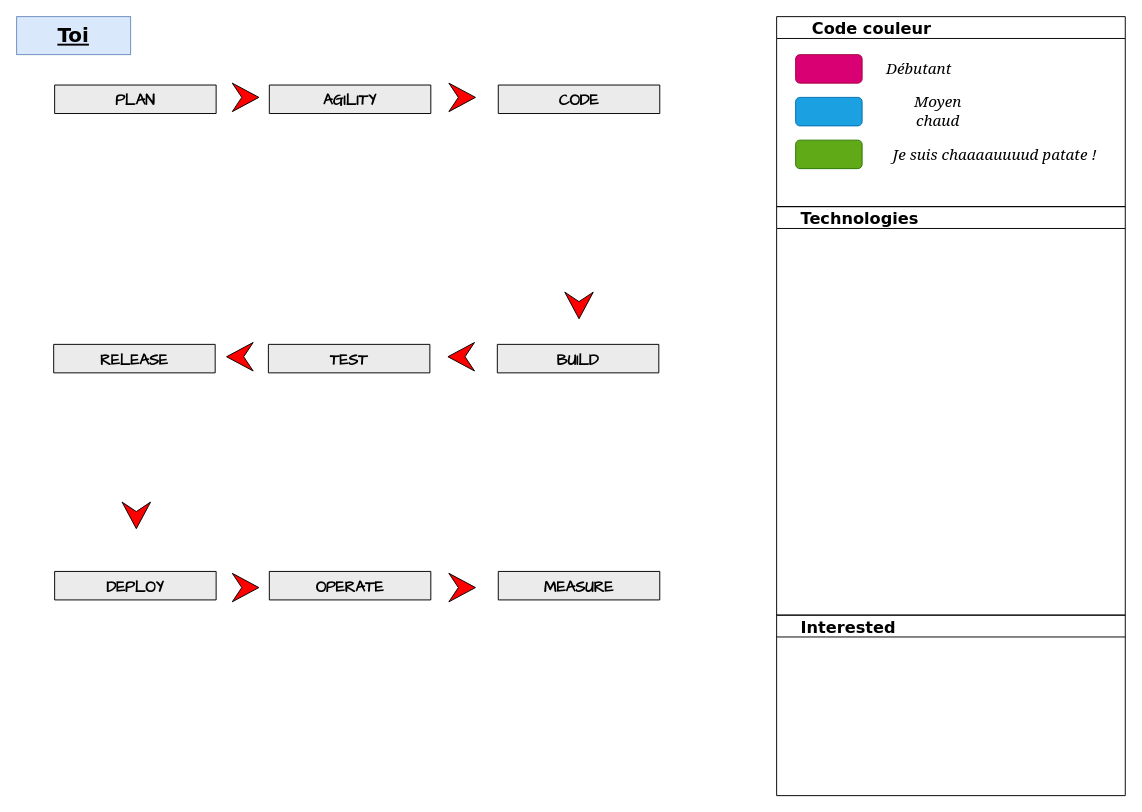
Above: skills.drawio in teolia/TeoSchool_skills (draw.io), before the change. Source tidied: cells renumbered, new cells numbered last; positions are measured from the earlier drawing's top-left corner, leaving out a move shared by most shapes. Both pictures are drawn from the tidied source at 95%, with x=0, y=0 at pixel (16, 16).
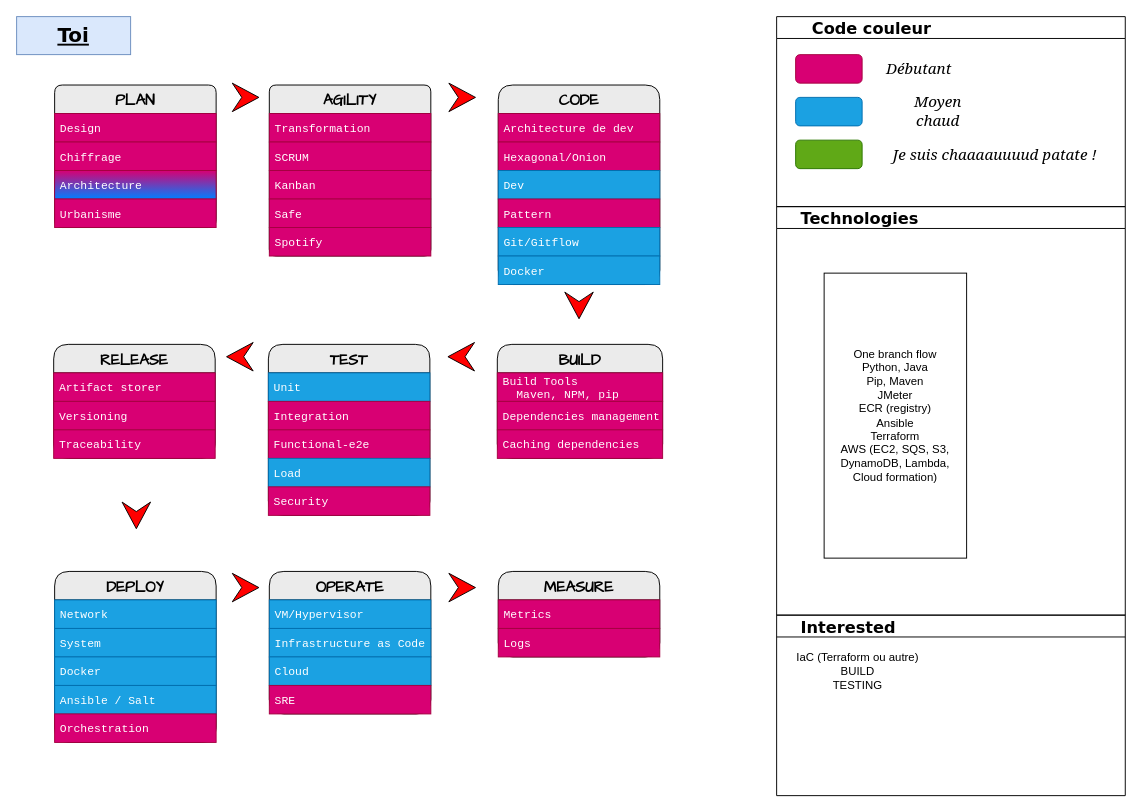
The same diagram, later.

The change refers to these unchanged cells:
```xml
<mxCell id="28" value="    Interested" style="swimlane;rounded=0;labelBackgroundColor=none;sketch=0;fontFamily=Verdana;fontSize=17;fontColor=#000000;fillColor=none;align=left;" parent="1" vertex="1">
  <mxGeometry x="800" y="630" width="367" height="190" as="geometry" />
</mxCell>
```

What changed in the source:
```diff
@@
-    <mxCell id="3" value="PLAN" style="swimlane;fontStyle=1;horizontal=1;startSize=30;fontFamily=Comic Sans MS;rounded=1;arcSize=9;labelBackgroundColor=none;fillColor=#EBEBEB;fontSize=16;" parent="1" vertex="1" collapsed="1">
-      <mxGeometry x="40" y="72" width="170" height="30" as="geometry" />
+    <mxCell id="3" value="PLAN" style="swimlane;fontStyle=1;horizontal=1;startSize=30;fontFamily=Comic Sans MS;rounded=1;arcSize=9;labelBackgroundColor=none;fillColor=#EBEBEB;fontSize=16;" parent="1" vertex="1">
+      <mxGeometry x="40" y="72" width="170" height="150" as="geometry" />
     </mxCell>
+    <mxCell id="29" value="Design" style="text;align=left;verticalAlign=middle;spacingLeft=4;spacingRight=4;overflow=hidden;fontFamily=Courier New;fillColor=#d80073;fontColor=#ffffff;strokeColor=#A50040;" parent="3" vertex="1">
+      <mxGeometry y="30" width="170" height="30" as="geometry" />
+    </mxCell>
+    <mxCell id="30" value="Chiffrage" style="text;align=left;verticalAlign=middle;spacingLeft=4;spacingRight=4;overflow=hidden;fontFamily=Courier New;fillColor=#d80073;fontColor=#ffffff;strokeColor=#A50040;" parent="3" vertex="1">
+      <mxGeometry y="60" width="170" height="30" as="geometry" />
+    </mxCell>
+    <mxCell id="31" value="Architecture" style="text;align=left;verticalAlign=middle;spacingLeft=4;spacingRight=4;overflow=hidden;fontFamily=Courier New;fillColor=#d80073;fontColor=#ffffff;strokeColor=#A50040;gradientColor=#007FFF;" parent="3" vertex="1">
+      <mxGeometry y="90" width="170" height="30" as="geometry" />
+    </mxCell>
+    <mxCell id="32" value="Urbanisme" style="text;strokeColor=#A50040;fillColor=#d80073;align=left;verticalAlign=middle;spacingLeft=4;spacingRight=4;overflow=hidden;fontFamily=Courier New;fontColor=#ffffff;" parent="3" vertex="1">
+      <mxGeometry y="120" width="170" height="30" as="geometry" />
+    </mxCell>
-    <mxCell id="4" value="AGILITY" style="swimlane;fontStyle=1;horizontal=1;startSize=30;fontFamily=Comic Sans MS;rounded=1;arcSize=8;labelBackgroundColor=none;fillColor=#EBEBEB;fontSize=16;" parent="1" vertex="1" collapsed="1">
-      <mxGeometry x="266" y="72" width="170" height="30" as="geometry" />
+    <mxCell id="4" value="AGILITY" style="swimlane;fontStyle=1;horizontal=1;startSize=30;fontFamily=Comic Sans MS;rounded=1;arcSize=8;labelBackgroundColor=none;fillColor=#EBEBEB;fontSize=16;" parent="1" vertex="1">
+      <mxGeometry x="266" y="72" width="170" height="180" as="geometry" />
     </mxCell>
+    <mxCell id="33" value="Transformation" style="text;align=left;verticalAlign=middle;spacingLeft=4;spacingRight=4;overflow=hidden;fontFamily=Courier New;fillColor=#d80073;fontColor=#ffffff;strokeColor=#A50040;" parent="4" vertex="1">
+      <mxGeometry y="30" width="170" height="30" as="geometry" />
+    </mxCell>
+    <mxCell id="34" value="SCRUM" style="text;strokeColor=#A50040;fillColor=#d80073;align=left;verticalAlign=middle;spacingLeft=4;spacingRight=4;overflow=hidden;fontFamily=Courier New;fontColor=#ffffff;" parent="4" vertex="1">
+      <mxGeometry y="60" width="170" height="30" as="geometry" />
+    </mxCell>
+    <mxCell id="35" value="Kanban" style="text;strokeColor=#A50040;fillColor=#d80073;align=left;verticalAlign=middle;spacingLeft=4;spacingRight=4;overflow=hidden;fontFamily=Courier New;fontColor=#ffffff;" parent="4" vertex="1">
+      <mxGeometry y="90" width="170" height="30" as="geometry" />
+    </mxCell>
+    <mxCell id="36" value="Safe" style="text;strokeColor=#A50040;fillColor=#d80073;align=left;verticalAlign=middle;spacingLeft=4;spacingRight=4;overflow=hidden;fontFamily=Courier New;fontColor=#ffffff;" parent="4" vertex="1">
+      <mxGeometry y="120" width="170" height="30" as="geometry" />
+    </mxCell>
+    <mxCell id="37" value="Spotify" style="text;strokeColor=#A50040;fillColor=#d80073;align=left;verticalAlign=middle;spacingLeft=4;spacingRight=4;overflow=hidden;fontFamily=Courier New;fontColor=#ffffff;" parent="4" vertex="1">
+      <mxGeometry y="150" width="170" height="30" as="geometry" />
+    </mxCell>
-    <mxCell id="5" value="CODE" style="swimlane;fontStyle=1;horizontal=1;startSize=30;fontFamily=Comic Sans MS;rounded=1;arcSize=17;labelBackgroundColor=none;fillColor=#EBEBEB;fontSize=16;" parent="1" vertex="1" collapsed="1">
-      <mxGeometry x="507" y="72" width="170" height="30" as="geometry" />
+    <mxCell id="5" value="CODE" style="swimlane;fontStyle=1;horizontal=1;startSize=30;fontFamily=Comic Sans MS;rounded=1;arcSize=17;labelBackgroundColor=none;fillColor=#EBEBEB;fontSize=16;" parent="1" vertex="1">
+      <mxGeometry x="507" y="72" width="170" height="210" as="geometry" />
     </mxCell>
+    <mxCell id="38" value="Architecture de dev" style="text;align=left;verticalAlign=middle;spacingLeft=4;spacingRight=4;overflow=hidden;fontFamily=Courier New;fillColor=#d80073;fontColor=#ffffff;strokeColor=#A50040;" parent="5" vertex="1">
+      <mxGeometry y="30" width="170" height="30" as="geometry" />
+    </mxCell>
+    <mxCell id="39" value="Hexagonal/Onion" style="text;strokeColor=#A50040;fillColor=#d80073;align=left;verticalAlign=middle;spacingLeft=4;spacingRight=4;overflow=hidden;fontFamily=Courier New;fontColor=#ffffff;" parent="5" vertex="1">
+      <mxGeometry y="60" width="170" height="30" as="geometry" />
+    </mxCell>
+    <mxCell id="40" value="Dev" style="text;strokeColor=#006EAF;fillColor=#1ba1e2;align=left;verticalAlign=middle;spacingLeft=4;spacingRight=4;overflow=hidden;fontFamily=Courier New;fontColor=#ffffff;" parent="5" vertex="1">
+      <mxGeometry y="90" width="170" height="30" as="geometry" />
+    </mxCell>
+    <mxCell id="41" value="Pattern" style="text;strokeColor=#A50040;fillColor=#d80073;align=left;verticalAlign=middle;spacingLeft=4;spacingRight=4;overflow=hidden;fontFamily=Courier New;fontColor=#ffffff;" parent="5" vertex="1">
+      <mxGeometry y="120" width="170" height="30" as="geometry" />
+    </mxCell>
+    <mxCell id="42" value="Git/Gitflow" style="text;strokeColor=#006EAF;fillColor=#1ba1e2;align=left;verticalAlign=middle;spacingLeft=4;spacingRight=4;overflow=hidden;fontFamily=Courier New;fontColor=#ffffff;" parent="5" vertex="1">
+      <mxGeometry y="150" width="170" height="30" as="geometry" />
+    </mxCell>
+    <mxCell id="43" value="Docker" style="text;strokeColor=#006EAF;fillColor=#1ba1e2;align=left;verticalAlign=middle;spacingLeft=4;spacingRight=4;overflow=hidden;fontFamily=Courier New;fontColor=#ffffff;" parent="5" vertex="1">
+      <mxGeometry y="180" width="170" height="30" as="geometry" />
+    </mxCell>
@@
-    <mxCell id="8" value="RELEASE" style="swimlane;fontStyle=1;horizontal=1;startSize=30;fontFamily=Comic Sans MS;rounded=1;arcSize=17;labelBackgroundColor=none;fillColor=#EBEBEB;fontSize=16;" parent="1" vertex="1" collapsed="1">
-      <mxGeometry x="39" y="345" width="170" height="30" as="geometry" />
+    <mxCell id="8" value="RELEASE" style="swimlane;fontStyle=1;horizontal=1;startSize=30;fontFamily=Comic Sans MS;rounded=1;arcSize=17;labelBackgroundColor=none;fillColor=#EBEBEB;fontSize=16;" parent="1" vertex="1">
+      <mxGeometry x="39" y="345" width="170" height="120" as="geometry" />
     </mxCell>
+    <mxCell id="44" value="Artifact storer" style="text;align=left;verticalAlign=middle;spacingLeft=4;spacingRight=4;overflow=hidden;fontFamily=Courier New;fillColor=#d80073;fontColor=#ffffff;strokeColor=#A50040;" parent="8" vertex="1">
+      <mxGeometry y="30" width="170" height="30" as="geometry" />
+    </mxCell>
+    <mxCell id="45" value="Versioning" style="text;strokeColor=#A50040;fillColor=#d80073;align=left;verticalAlign=middle;spacingLeft=4;spacingRight=4;overflow=hidden;fontFamily=Courier New;fontColor=#ffffff;" parent="8" vertex="1">
+      <mxGeometry y="60" width="170" height="30" as="geometry" />
+    </mxCell>
+    <mxCell id="46" value="Traceability" style="text;strokeColor=#A50040;fillColor=#d80073;align=left;verticalAlign=middle;spacingLeft=4;spacingRight=4;overflow=hidden;fontFamily=Courier New;fontColor=#ffffff;" parent="8" vertex="1">
+      <mxGeometry y="90" width="170" height="30" as="geometry" />
+    </mxCell>
-    <mxCell id="9" value="TEST" style="swimlane;fontStyle=1;horizontal=1;startSize=30;fontFamily=Comic Sans MS;rounded=1;arcSize=17;labelBackgroundColor=none;fillColor=#EBEBEB;fontSize=16;" parent="1" vertex="1" collapsed="1">
-      <mxGeometry x="265" y="345" width="170" height="30" as="geometry" />
+    <mxCell id="9" value="TEST" style="swimlane;fontStyle=1;horizontal=1;startSize=30;fontFamily=Comic Sans MS;rounded=1;arcSize=17;labelBackgroundColor=none;fillColor=#EBEBEB;fontSize=16;" parent="1" vertex="1">
+      <mxGeometry x="265" y="345" width="170" height="180" as="geometry" />
     </mxCell>
+    <mxCell id="47" value="Unit" style="text;align=left;verticalAlign=middle;spacingLeft=4;spacingRight=4;overflow=hidden;fontFamily=Courier New;fillColor=#1ba1e2;fontColor=#ffffff;strokeColor=#006EAF;" parent="9" vertex="1">
+      <mxGeometry y="30" width="170" height="30" as="geometry" />
+    </mxCell>
+    <mxCell id="48" value="Integration" style="text;strokeColor=#A50040;fillColor=#d80073;align=left;verticalAlign=middle;spacingLeft=4;spacingRight=4;overflow=hidden;fontFamily=Courier New;fontColor=#ffffff;" parent="9" vertex="1">
+      <mxGeometry y="60" width="170" height="30" as="geometry" />
+    </mxCell>
+    <mxCell id="49" value="Functional-e2e" style="text;strokeColor=#A50040;fillColor=#d80073;align=left;verticalAlign=middle;spacingLeft=4;spacingRight=4;overflow=hidden;fontFamily=Courier New;fontColor=#ffffff;" parent="9" vertex="1">
+      <mxGeometry y="90" width="170" height="30" as="geometry" />
+    </mxCell>
+    <mxCell id="50" value="Load" style="text;strokeColor=#006EAF;fillColor=#1ba1e2;align=left;verticalAlign=middle;spacingLeft=4;spacingRight=4;overflow=hidden;fontFamily=Courier New;fontColor=#ffffff;" parent="9" vertex="1">
+      <mxGeometry y="120" width="170" height="30" as="geometry" />
+    </mxCell>
+    <mxCell id="51" value="Security" style="text;strokeColor=#A50040;fillColor=#d80073;align=left;verticalAlign=middle;spacingLeft=4;spacingRight=4;overflow=hidden;fontFamily=Courier New;fontColor=#ffffff;" parent="9" vertex="1">
+      <mxGeometry y="150" width="170" height="30" as="geometry" />
+    </mxCell>
-    <mxCell id="10" value="BUILD" style="swimlane;fontStyle=1;horizontal=1;startSize=30;fontFamily=Comic Sans MS;rounded=1;arcSize=17;labelBackgroundColor=none;fillColor=#EBEBEB;fontSize=16;" parent="1" vertex="1" collapsed="1">
-      <mxGeometry x="506" y="345" width="170" height="30" as="geometry" />
+    <mxCell id="10" value="BUILD" style="swimlane;fontStyle=1;horizontal=1;startSize=30;fontFamily=Comic Sans MS;rounded=1;arcSize=17;labelBackgroundColor=none;fillColor=#EBEBEB;fontSize=16;" parent="1" vertex="1">
+      <mxGeometry x="506" y="345" width="174" height="120" as="geometry" />
     </mxCell>
+    <mxCell id="52" value="Build Tools&#10;  Maven, NPM, pip" style="text;align=left;verticalAlign=middle;spacingLeft=4;spacingRight=4;overflow=hidden;fontFamily=Courier New;fillColor=#d80073;fontColor=#ffffff;strokeColor=#A50040;" parent="10" vertex="1">
+      <mxGeometry y="30" width="174" height="30" as="geometry" />
+    </mxCell>
+    <mxCell id="53" value="Dependencies management" style="text;strokeColor=#A50040;fillColor=#d80073;align=left;verticalAlign=middle;spacingLeft=4;spacingRight=4;overflow=hidden;fontFamily=Courier New;fontColor=#ffffff;" parent="10" vertex="1">
+      <mxGeometry y="60" width="174" height="30" as="geometry" />
+    </mxCell>
+    <mxCell id="54" value="Caching dependencies" style="text;strokeColor=#A50040;fillColor=#d80073;align=left;verticalAlign=middle;spacingLeft=4;spacingRight=4;overflow=hidden;fontFamily=Courier New;fontColor=#ffffff;" parent="10" vertex="1">
+      <mxGeometry y="90" width="174" height="30" as="geometry" />
+    </mxCell>
-    <mxCell id="11" value="DEPLOY" style="swimlane;fontStyle=1;horizontal=1;startSize=30;fontFamily=Comic Sans MS;rounded=1;arcSize=17;labelBackgroundColor=none;fillColor=#EBEBEB;fontSize=16;" parent="1" vertex="1" collapsed="1">
-      <mxGeometry x="40" y="584" width="170" height="30" as="geometry" />
+    <mxCell id="11" value="DEPLOY" style="swimlane;fontStyle=1;horizontal=1;startSize=30;fontFamily=Comic Sans MS;rounded=1;arcSize=17;labelBackgroundColor=none;fillColor=#EBEBEB;fontSize=16;" parent="1" vertex="1">
+      <mxGeometry x="40" y="584" width="170" height="180" as="geometry" />
     </mxCell>
+    <mxCell id="55" value="Network" style="text;align=left;verticalAlign=middle;spacingLeft=4;spacingRight=4;overflow=hidden;fontFamily=Courier New;fillColor=#1ba1e2;fontColor=#ffffff;strokeColor=#006EAF;" parent="11" vertex="1">
+      <mxGeometry y="30" width="170" height="30" as="geometry" />
+    </mxCell>
+    <mxCell id="56" value="System" style="text;strokeColor=#006EAF;fillColor=#1ba1e2;align=left;verticalAlign=middle;spacingLeft=4;spacingRight=4;overflow=hidden;fontFamily=Courier New;fontColor=#ffffff;" parent="11" vertex="1">
+      <mxGeometry y="60" width="170" height="30" as="geometry" />
+    </mxCell>
+    <mxCell id="57" value="Docker" style="text;strokeColor=#006EAF;fillColor=#1ba1e2;align=left;verticalAlign=middle;spacingLeft=4;spacingRight=4;overflow=hidden;fontFamily=Courier New;fontColor=#ffffff;" parent="11" vertex="1">
+      <mxGeometry y="90" width="170" height="30" as="geometry" />
+    </mxCell>
+    <mxCell id="58" value="Ansible / Salt" style="text;strokeColor=#006EAF;fillColor=#1ba1e2;align=left;verticalAlign=middle;spacingLeft=4;spacingRight=4;overflow=hidden;fontFamily=Courier New;fontColor=#ffffff;" parent="11" vertex="1">
+      <mxGeometry y="120" width="170" height="30" as="geometry" />
+    </mxCell>
+    <mxCell id="59" value="Orchestration" style="text;strokeColor=#A50040;fillColor=#d80073;align=left;verticalAlign=middle;spacingLeft=4;spacingRight=4;overflow=hidden;fontFamily=Courier New;fontColor=#ffffff;" parent="11" vertex="1">
+      <mxGeometry y="150" width="170" height="30" as="geometry" />
+    </mxCell>
-    <mxCell id="12" value="OPERATE" style="swimlane;fontStyle=1;horizontal=1;startSize=30;fontFamily=Comic Sans MS;rounded=1;arcSize=17;labelBackgroundColor=none;fillColor=#EBEBEB;fontSize=16;" parent="1" vertex="1" collapsed="1">
-      <mxGeometry x="266" y="584" width="170" height="30" as="geometry" />
+    <mxCell id="12" value="OPERATE" style="swimlane;fontStyle=1;horizontal=1;startSize=30;fontFamily=Comic Sans MS;rounded=1;arcSize=17;labelBackgroundColor=none;fillColor=#EBEBEB;fontSize=16;" parent="1" vertex="1">
+      <mxGeometry x="266" y="584" width="170" height="150" as="geometry" />
     </mxCell>
+    <mxCell id="60" value="VM/Hypervisor" style="text;align=left;verticalAlign=middle;spacingLeft=4;spacingRight=4;overflow=hidden;fontFamily=Courier New;fillColor=#1ba1e2;fontColor=#ffffff;strokeColor=#006EAF;" parent="12" vertex="1">
+      <mxGeometry y="30" width="170" height="30" as="geometry" />
+    </mxCell>
+    <mxCell id="61" value="Infrastructure as Code" style="text;strokeColor=#006EAF;fillColor=#1ba1e2;align=left;verticalAlign=middle;spacingLeft=4;spacingRight=4;overflow=hidden;fontFamily=Courier New;fontColor=#ffffff;" parent="12" vertex="1">
+      <mxGeometry y="60" width="170" height="30" as="geometry" />
+    </mxCell>
+    <mxCell id="62" value="Cloud" style="text;strokeColor=#006EAF;fillColor=#1ba1e2;align=left;verticalAlign=middle;spacingLeft=4;spacingRight=4;overflow=hidden;fontFamily=Courier New;fontColor=#ffffff;" parent="12" vertex="1">
+      <mxGeometry y="90" width="170" height="30" as="geometry" />
+    </mxCell>
+    <mxCell id="63" value="SRE" style="text;strokeColor=#A50040;fillColor=#d80073;align=left;verticalAlign=middle;spacingLeft=4;spacingRight=4;overflow=hidden;fontFamily=Courier New;fontColor=#ffffff;" parent="12" vertex="1">
+      <mxGeometry y="120" width="170" height="30" as="geometry" />
+    </mxCell>
-    <mxCell id="13" value="MEASURE" style="swimlane;fontStyle=1;horizontal=1;startSize=30;fontFamily=Comic Sans MS;rounded=1;arcSize=17;labelBackgroundColor=none;fillColor=#EBEBEB;fontSize=16;" parent="1" vertex="1" collapsed="1">
-      <mxGeometry x="507" y="584" width="170" height="30" as="geometry" />
+    <mxCell id="13" value="MEASURE" style="swimlane;fontStyle=1;horizontal=1;startSize=30;fontFamily=Comic Sans MS;rounded=1;arcSize=17;labelBackgroundColor=none;fillColor=#EBEBEB;fontSize=16;" parent="1" vertex="1">
+      <mxGeometry x="507" y="584" width="170" height="90" as="geometry" />
     </mxCell>
+    <mxCell id="64" value="Metrics" style="text;align=left;verticalAlign=middle;spacingLeft=4;spacingRight=4;overflow=hidden;fontFamily=Courier New;fillColor=#d80073;fontColor=#ffffff;strokeColor=#A50040;" parent="13" vertex="1">
+      <mxGeometry y="30" width="170" height="30" as="geometry" />
+    </mxCell>
+    <mxCell id="65" value="Logs" style="text;strokeColor=#A50040;fillColor=#d80073;align=left;verticalAlign=middle;spacingLeft=4;spacingRight=4;overflow=hidden;fontFamily=Courier New;fontColor=#ffffff;" parent="13" vertex="1">
+      <mxGeometry y="60" width="170" height="30" as="geometry" />
+    </mxCell>
@@
+    <mxCell id="66" value="IaC (Terraform ou autre)&lt;br&gt;BUILD&lt;br&gt;TESTING" style="text;html=1;align=center;verticalAlign=middle;strokeColor=none;fillColor=none;" parent="28" vertex="1">
+      <mxGeometry x="10" y="29" width="150" height="60" as="geometry" />
+    </mxCell>
+    <mxCell id="67" value="One branch flow&lt;br&gt;Python, Java&lt;br&gt;Pip, Maven&lt;br&gt;JMeter&lt;br&gt;ECR (registry)&lt;br&gt;Ansible&lt;br&gt;Terraform&lt;br&gt;AWS (EC2, SQS, S3, DynamoDB, Lambda, Cloud formation)" style="whiteSpace=wrap;html=1;" parent="1" vertex="1">
+      <mxGeometry x="850" y="270" width="150" height="300" as="geometry" />
+    </mxCell>
```
